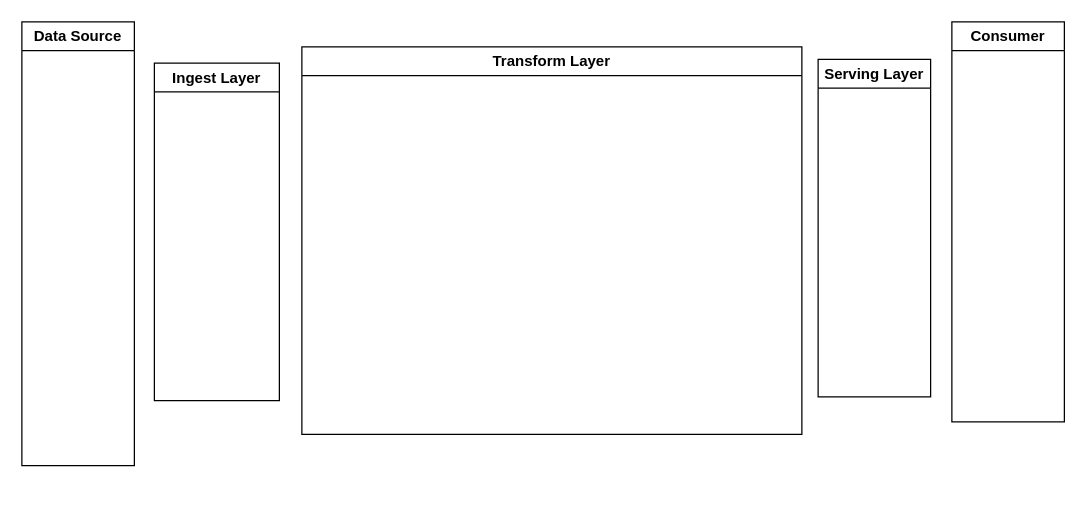
Earlier version of the draw.io diagram Untitled Diagram.drawio (Luissalazarsalinas/Avocado-Yield-Prediction). Source tidied: cells renumbered, new cells numbered last; positions are measured from the earlier drawing's top-left corner, leaving out a move shared by most shapes. Both pictures are drawn from the tidied source at 125%, with x=0, y=0 at pixel (21, 21). Pictures stored in the file or linked from it are replaced by grey dashed boxes.
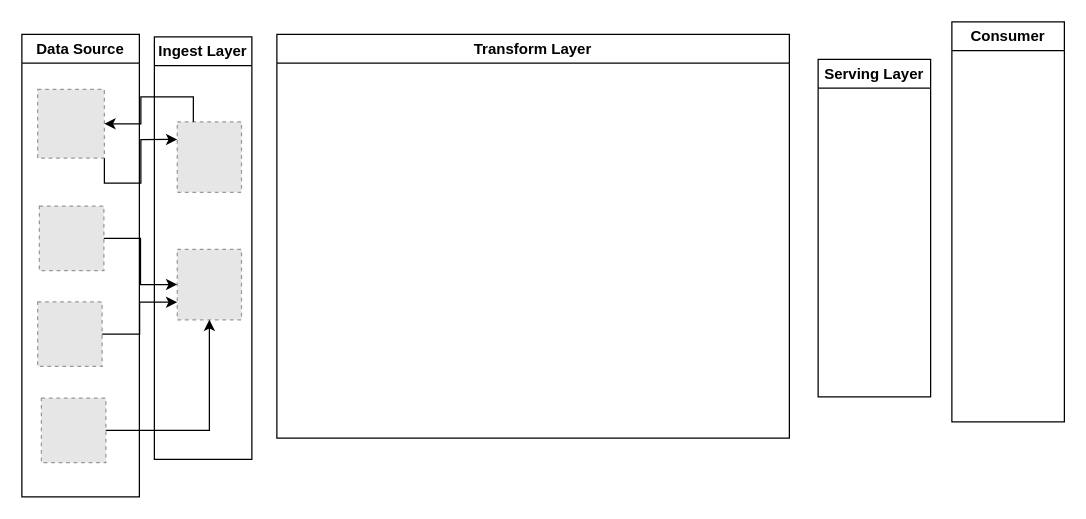
The same diagram, later.

Change to the diagram source:
```diff
@@
 <mxGraphModel>
   <root>
     <mxCell id="0" />
     <mxCell id="1" parent="0" />
     <mxCell id="2" value="Data Source" style="swimlane;whiteSpace=wrap;html=1;" parent="1" vertex="1">
-      <mxGeometry width="90" height="355" as="geometry" />
+      <mxGeometry y="10" width="94" height="370" as="geometry" />
     </mxCell>
+    <mxCell id="7" style="fillColor=#E6E6E6;strokeColor=#999999;dashed=1;verticalLabelPosition=bottom;labelBackgroundColor=default;verticalAlign=top;" parent="2" vertex="1">
+      <mxGeometry x="12.6" y="44" width="53.4" height="55" as="geometry" />
+    </mxCell>
+    <mxCell id="8" style="fillColor=#E6E6E6;strokeColor=#999999;dashed=1;verticalLabelPosition=bottom;labelBackgroundColor=default;verticalAlign=top;" parent="2" vertex="1">
+      <mxGeometry x="14" y="137.4" width="51.6" height="51.6" as="geometry" />
+    </mxCell>
+    <mxCell id="9" style="fillColor=#E6E6E6;strokeColor=#999999;dashed=1;verticalLabelPosition=bottom;labelBackgroundColor=default;verticalAlign=top;" parent="2" vertex="1">
+      <mxGeometry x="12.6" y="214" width="51.6" height="51.6" as="geometry" />
+    </mxCell>
+    <mxCell id="10" style="fillColor=#E6E6E6;strokeColor=#999999;dashed=1;verticalLabelPosition=bottom;labelBackgroundColor=default;verticalAlign=top;" parent="2" vertex="1">
+      <mxGeometry x="15.6" y="291" width="51.6" height="51.6" as="geometry" />
+    </mxCell>
     <mxCell id="3" value="Transform Layer" style="swimlane;whiteSpace=wrap;html=1;" parent="1" vertex="1">
-      <mxGeometry x="224" y="20" width="400" height="310" as="geometry" />
+      <mxGeometry x="204" y="10" width="410" height="323" as="geometry" />
     </mxCell>
     <mxCell id="4" value="Serving Layer" style="swimlane;whiteSpace=wrap;html=1;" parent="1" vertex="1">
       <mxGeometry x="637" y="30" width="90" height="270" as="geometry" />
     </mxCell>
     <mxCell id="5" value="Ingest Layer" style="swimlane;whiteSpace=wrap;html=1;" parent="1" vertex="1">
-      <mxGeometry x="106" y="33" width="100" height="270" as="geometry" />
+      <mxGeometry x="106" y="12" width="78" height="338" as="geometry" />
     </mxCell>
+    <mxCell id="11" style="fillColor=#E6E6E6;strokeColor=#999999;dashed=1;verticalLabelPosition=bottom;labelBackgroundColor=default;verticalAlign=top;" parent="5" vertex="1">
+      <mxGeometry x="18.3" y="68" width="51.4" height="56.3" as="geometry" />
+    </mxCell>
+    <mxCell id="12" style="fillColor=#E6E6E6;strokeColor=#999999;dashed=1;verticalLabelPosition=bottom;labelBackgroundColor=default;verticalAlign=top;" parent="5" vertex="1">
+      <mxGeometry x="18.3" y="170" width="51.4" height="56.3" as="geometry" />
+    </mxCell>
     <mxCell id="6" value="Consumer" style="swimlane;whiteSpace=wrap;html=1;" parent="1" vertex="1">
       <mxGeometry x="744" width="90" height="320" as="geometry" />
     </mxCell>
+    <mxCell id="13" style="edgeStyle=orthogonalEdgeStyle;rounded=0;jettySize=auto;html=1;exitX=1;exitY=1;exitDx=0;exitDy=0;entryX=0;entryY=0.25;entryDx=0;entryDy=0;" parent="1" edge="1" source="7" target="11">
+      <mxGeometry relative="1" as="geometry" />
+    </mxCell>
+    <mxCell id="14" style="edgeStyle=orthogonalEdgeStyle;rounded=0;jettySize=auto;html=1;exitX=1;exitY=0.5;exitDx=0;exitDy=0;entryX=0;entryY=0.5;entryDx=0;entryDy=0;" parent="1" edge="1" source="8" target="12">
+      <mxGeometry relative="1" as="geometry" />
+    </mxCell>
+    <mxCell id="15" style="edgeStyle=orthogonalEdgeStyle;rounded=0;jettySize=auto;html=1;exitX=1;exitY=0.5;exitDx=0;exitDy=0;entryX=0;entryY=0.75;entryDx=0;entryDy=0;" parent="1" edge="1" source="9" target="12">
+      <mxGeometry relative="1" as="geometry" />
+    </mxCell>
+    <mxCell id="16" style="edgeStyle=orthogonalEdgeStyle;rounded=0;jettySize=auto;html=1;exitX=1;exitY=0.5;exitDx=0;exitDy=0;entryX=0.5;entryY=1;entryDx=0;entryDy=0;" parent="1" edge="1" source="10" target="12">
+      <mxGeometry relative="1" as="geometry" />
+    </mxCell>
+    <mxCell id="17" style="edgeStyle=orthogonalEdgeStyle;rounded=0;jettySize=auto;html=1;exitX=0.25;exitY=0;exitDx=0;exitDy=0;entryX=1;entryY=0.5;entryDx=0;entryDy=0;" parent="1" edge="1" source="11" target="7">
+      <mxGeometry relative="1" as="geometry" />
+    </mxCell>
   </root>
 </mxGraphModel>
```
